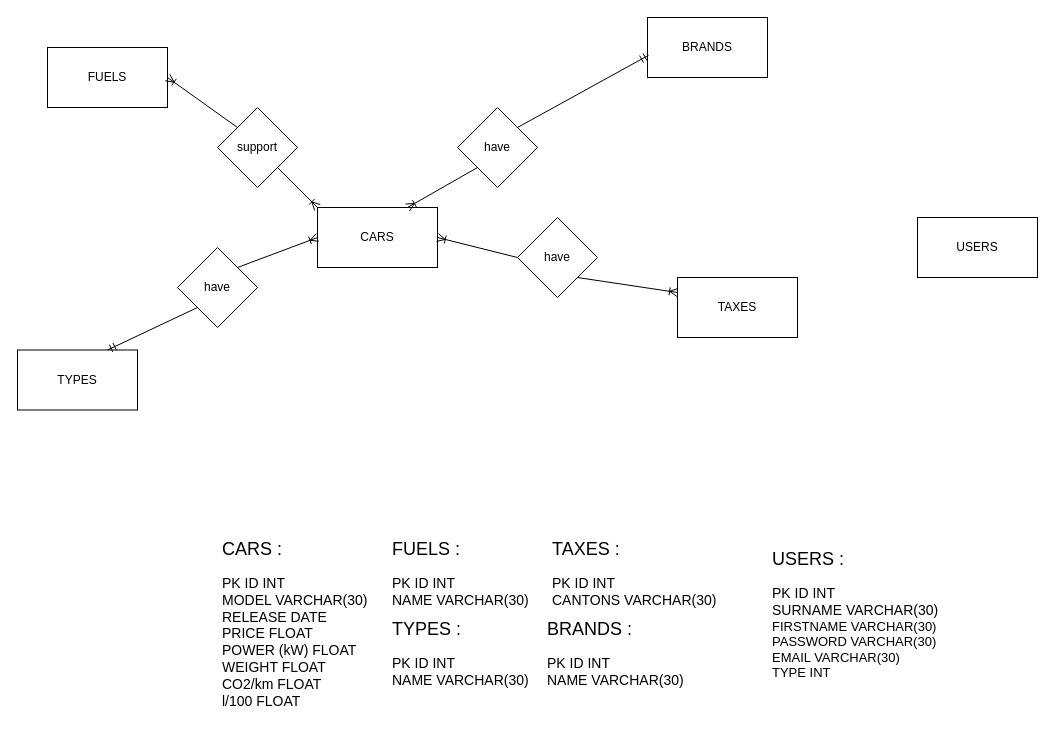
Before: page "MCD" (1 of 2) of SQL/Modélisation BDD.drawio in ThomasCPNV/CcubeProject, a draw.io diagram. Source tidied: cells renumbered, new cells numbered last; positions are measured from the earlier drawing's top-left corner, leaving out a move shared by most shapes. Both pictures are drawn from the tidied source at 100%, with x=0, y=0 at pixel (17, 17).
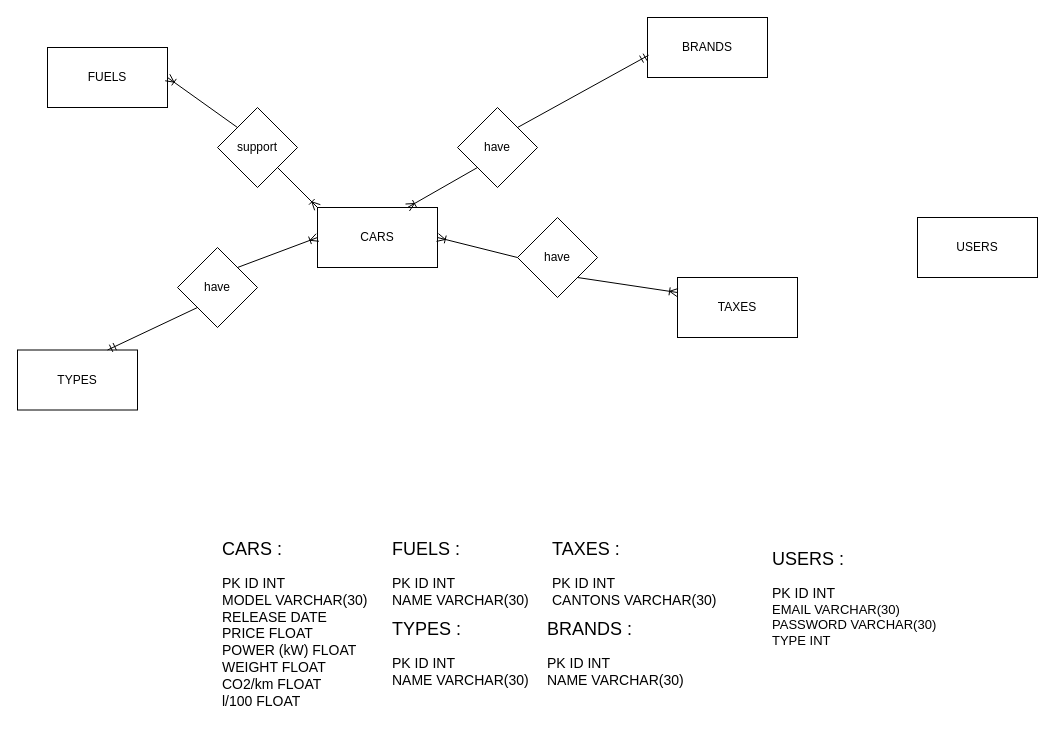
Above is the later version.

Commit message (it also covers changes not shown here):
Changement TABLE 'USERS'

changement des attributs de la TABLE 'USERS'

What changed in the source:
```diff
@@
-    <mxCell id="25" value="&lt;p style=&quot;line-height: 40%&quot;&gt;&lt;/p&gt;&lt;blockquote style=&quot;margin: 0 0 0 40px ; border: none ; padding: 0px&quot;&gt;&lt;/blockquote&gt;&lt;span&gt;&lt;font style=&quot;font-size: 18px&quot;&gt;USERS :&lt;br&gt;&lt;/font&gt;&lt;/span&gt;&lt;br&gt;&lt;blockquote style=&quot;margin: 0 0 0 40px ; border: none ; padding: 0px&quot;&gt;&lt;/blockquote&gt;&lt;font style=&quot;font-size: 14px&quot;&gt;PK ID INT&lt;br&gt;&lt;/font&gt;&lt;blockquote style=&quot;margin: 0px 0px 0px 40px ; border: none ; padding: 0px ; font-size: 14px&quot;&gt;&lt;/blockquote&gt;&lt;span style=&quot;font-size: 14px&quot;&gt;SURNAME VARCHAR(30)&lt;br&gt;&lt;/span&gt;&lt;font style=&quot;font-size: 13px&quot;&gt;FIRSTNAME VARCHAR(30)&lt;br&gt;PASSWORD VARCHAR(30)&lt;br&gt;EMAIL VARCHAR(30)&lt;br&gt;TYPE INT&lt;/font&gt;&lt;br&gt;&lt;p&gt;&lt;/p&gt;" style="text;html=1;strokeColor=none;fillColor=none;spacing=5;spacingTop=-20;whiteSpace=wrap;overflow=hidden;rounded=0;" parent="1" vertex="1">
+    <mxCell id="25" value="&lt;p style=&quot;line-height: 40%&quot;&gt;&lt;/p&gt;&lt;blockquote style=&quot;margin: 0 0 0 40px ; border: none ; padding: 0px&quot;&gt;&lt;/blockquote&gt;&lt;span&gt;&lt;font style=&quot;font-size: 18px&quot;&gt;USERS :&lt;br&gt;&lt;/font&gt;&lt;/span&gt;&lt;br&gt;&lt;blockquote style=&quot;margin: 0 0 0 40px ; border: none ; padding: 0px&quot;&gt;&lt;/blockquote&gt;&lt;font style=&quot;font-size: 14px&quot;&gt;PK ID INT&lt;br&gt;&lt;/font&gt;&lt;font style=&quot;font-size: 13px&quot;&gt;EMAIL VARCHAR(30)&lt;br&gt;PASSWORD VARCHAR(30)&lt;br&gt;TYPE INT&lt;/font&gt;&lt;br&gt;&lt;p&gt;&lt;/p&gt;" style="text;html=1;strokeColor=none;fillColor=none;spacing=5;spacingTop=-20;whiteSpace=wrap;overflow=hidden;rounded=0;" parent="1" vertex="1">
       <mxGeometry x="750" y="530" width="190" height="150" as="geometry" />
     </mxCell>
```
